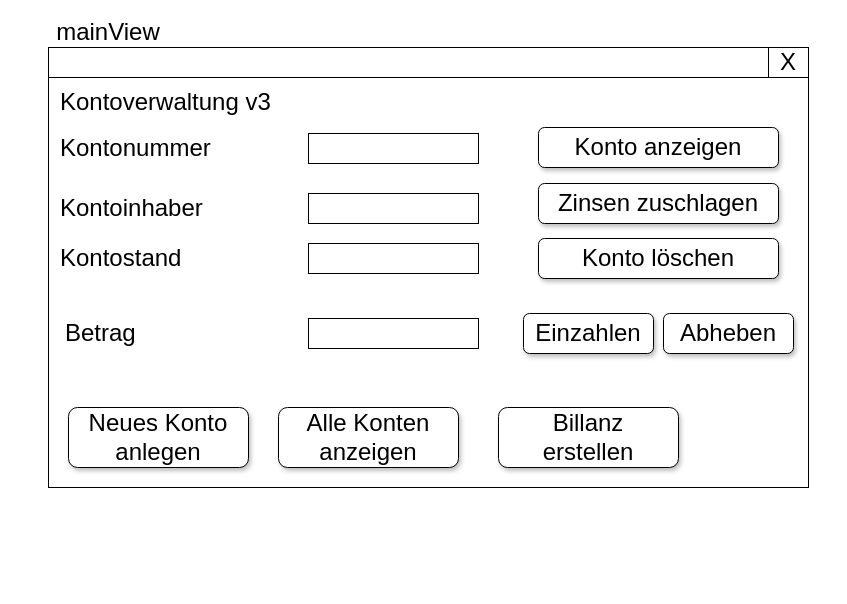
SRH-WI-2512/2512_Kontoverwaltung keeps this draw.io diagram as src/Kontoverwaltung_v3_Wireframe_mainView.drawio. Above is the earlier version. Source tidied: cells renumbered, new cells numbered last; positions are measured from the earlier drawing's top-left corner, leaving out a move shared by most shapes. Both pictures are drawn from the tidied source at 100%, with x=0, y=0 at pixel (48, 17).
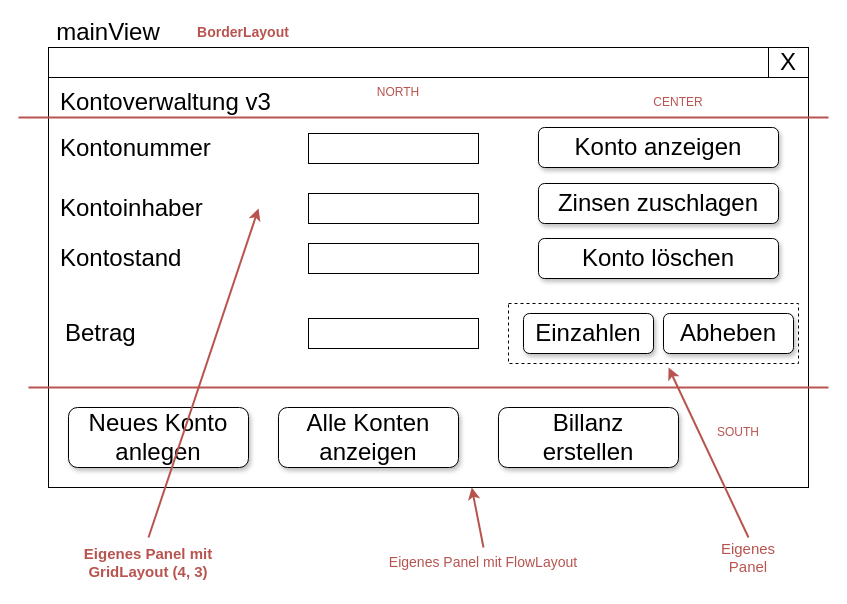
The same page after the edit.

Commit message (it also covers changes not shown here):
Wireframe mit Layout-Anweisungen, MainView ergänzt.

Unchanged cells that the change refers to:
```xml
<mxCell id="2" style="rounded=0;whiteSpace=wrap;html=1;" parent="1" vertex="1">
  <mxGeometry y="30" width="760" height="440" as="geometry" />
</mxCell>
<mxCell id="14" value="Kontoinhaber" style="text;html=1;strokeColor=none;fillColor=none;align=left;verticalAlign=middle;whiteSpace=wrap;rounded=0;shadow=0;fontSize=24;" parent="1" vertex="1">
  <mxGeometry x="10" y="176" width="200" height="30" as="geometry" />
</mxCell>
```

Diff of the diagram source:
```diff
@@
+    <mxCell id="23" style="endArrow=none;html=1;rounded=0;fillColor=#f8cecc;strokeColor=#B85450;strokeWidth=2;" parent="1" edge="1">
+      <mxGeometry relative="1" as="geometry">
+        <mxPoint x="-30" y="100" as="sourcePoint" />
+        <mxPoint x="780" y="100" as="targetPoint" />
+      </mxGeometry>
+    </mxCell>
+    <mxCell id="24" style="endArrow=none;html=1;rounded=0;strokeColor=#B85450;strokeWidth=2;" parent="1" edge="1">
+      <mxGeometry relative="1" as="geometry">
+        <mxPoint x="-20" y="370" as="sourcePoint" />
+        <mxPoint x="780" y="370" as="targetPoint" />
+      </mxGeometry>
+    </mxCell>
+    <mxCell id="25" value="&lt;font color=&quot;#b85450&quot;&gt;NORTH&lt;/font&gt;" style="text;html=1;strokeColor=none;fillColor=none;align=center;verticalAlign=middle;whiteSpace=wrap;rounded=0;" parent="1" vertex="1">
+      <mxGeometry x="320" y="60" width="60" height="30" as="geometry" />
+    </mxCell>
+    <mxCell id="26" value="SOUTH" style="text;html=1;strokeColor=none;fillColor=none;align=center;verticalAlign=middle;whiteSpace=wrap;rounded=0;fontColor=#B85450;" parent="1" vertex="1">
+      <mxGeometry x="660" y="400" width="60" height="30" as="geometry" />
+    </mxCell>
+    <mxCell id="27" value="CENTER" style="text;html=1;strokeColor=none;fillColor=none;align=center;verticalAlign=middle;whiteSpace=wrap;rounded=0;fontColor=#B85450;" parent="1" vertex="1">
+      <mxGeometry x="600" y="70" width="60" height="30" as="geometry" />
+    </mxCell>
+    <mxCell id="28" value="&lt;b&gt;&lt;font style=&quot;font-size: 14px;&quot;&gt;BorderLayout&lt;/font&gt;&lt;/b&gt;" style="text;html=1;strokeColor=none;fillColor=none;align=center;verticalAlign=middle;whiteSpace=wrap;rounded=0;fontColor=#B85450;" parent="1" vertex="1">
+      <mxGeometry x="140" width="110" height="30" as="geometry" />
+    </mxCell>
+    <mxCell id="29" value="Eigenes Panel mit FlowLayout" style="text;html=1;strokeColor=none;fillColor=none;align=center;verticalAlign=middle;whiteSpace=wrap;rounded=0;fontSize=14;fontColor=#B85450;" parent="1" vertex="1">
+      <mxGeometry x="320" y="530" width="230" height="30" as="geometry" />
+    </mxCell>
+    <mxCell id="30" style="endArrow=classic;html=1;rounded=0;strokeColor=#B85450;strokeWidth=2;fontSize=14;fontColor=#B85450;exitX=0.5;exitY=0;exitDx=0;exitDy=0;" parent="1" edge="1" source="29" target="2">
+      <mxGeometry relative="1" as="geometry" />
+    </mxCell>
+    <mxCell id="31" value="&lt;b&gt;&lt;font style=&quot;font-size: 15px;&quot;&gt;Eigenes Panel mit&lt;br&gt;GridLayout (4, 3)&lt;/font&gt;&lt;/b&gt;" style="text;html=1;strokeColor=none;fillColor=none;align=center;verticalAlign=middle;whiteSpace=wrap;rounded=0;fontSize=14;fontColor=#B85450;" parent="1" vertex="1">
+      <mxGeometry x="-15" y="520" width="230" height="50" as="geometry" />
+    </mxCell>
+    <mxCell id="32" style="endArrow=classic;html=1;rounded=0;strokeColor=#B85450;strokeWidth=2;fontSize=15;fontColor=#B85450;exitX=0.5;exitY=0;exitDx=0;exitDy=0;entryX=1;entryY=0.5;entryDx=0;entryDy=0;" parent="1" edge="1" source="31" target="14">
+      <mxGeometry relative="1" as="geometry" />
+    </mxCell>
+    <mxCell id="33" style="rounded=0;whiteSpace=wrap;html=1;fontSize=15;fontColor=#B85450;dashed=1;fillColor=none;" parent="1" vertex="1">
+      <mxGeometry x="460" y="286" width="290" height="60" as="geometry" />
+    </mxCell>
+    <mxCell id="34" value="Eigenes Panel" style="text;html=1;strokeColor=none;fillColor=none;align=center;verticalAlign=middle;whiteSpace=wrap;rounded=0;dashed=1;fontSize=15;fontColor=#B85450;" parent="1" vertex="1">
+      <mxGeometry x="660" y="520" width="80" height="40" as="geometry" />
+    </mxCell>
+    <mxCell id="35" style="endArrow=classic;html=1;rounded=0;strokeColor=#B85450;strokeWidth=2;fontSize=15;fontColor=#B85450;exitX=0.5;exitY=0;exitDx=0;exitDy=0;entryX=0.552;entryY=1.067;entryDx=0;entryDy=0;entryPerimeter=0;" parent="1" edge="1" source="34" target="33">
+      <mxGeometry relative="1" as="geometry" />
+    </mxCell>
```
